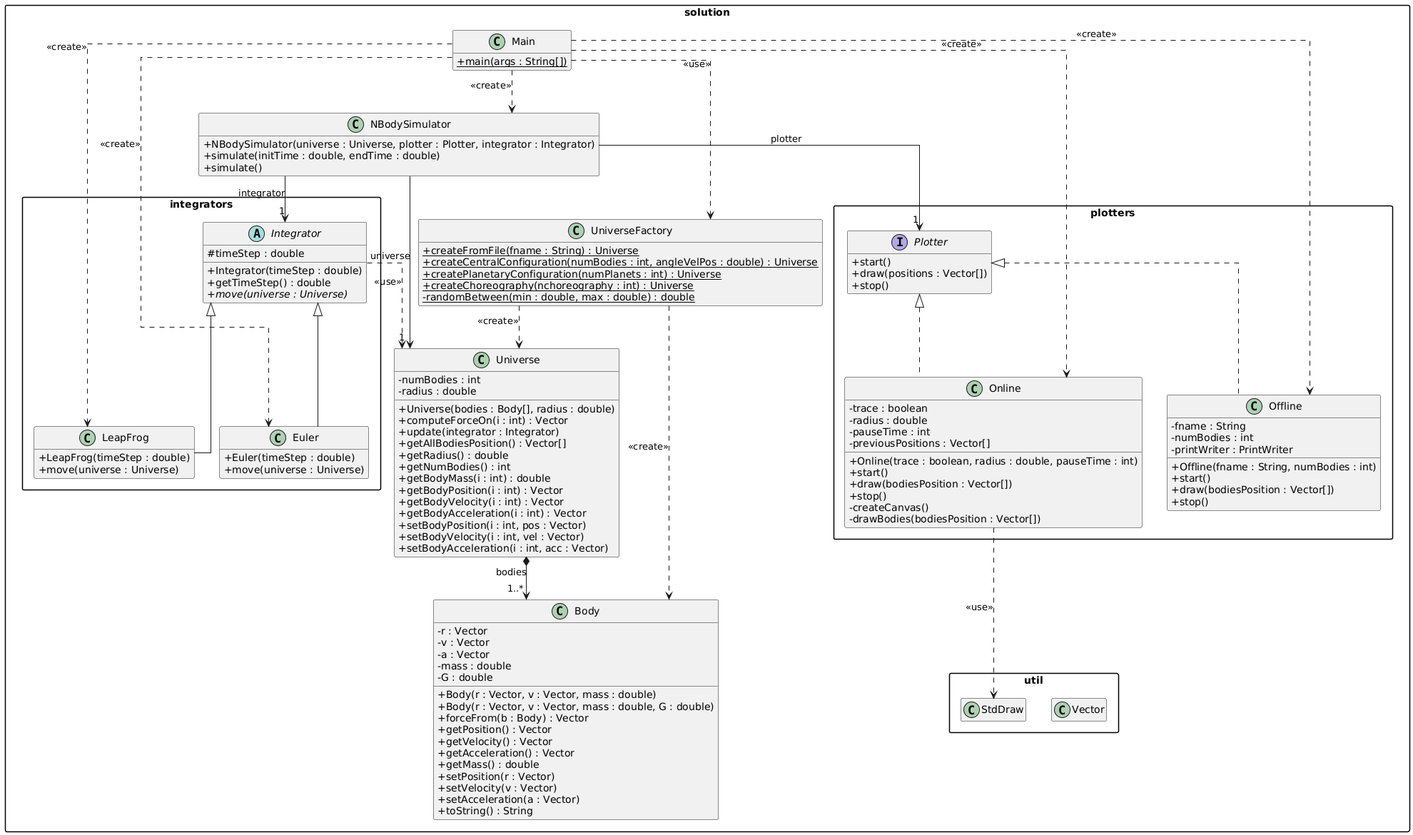
Above: Sessio_1_Entrega2/model.png in marinamceb/PAULDS_Grup24 (PlantUML), before the change.
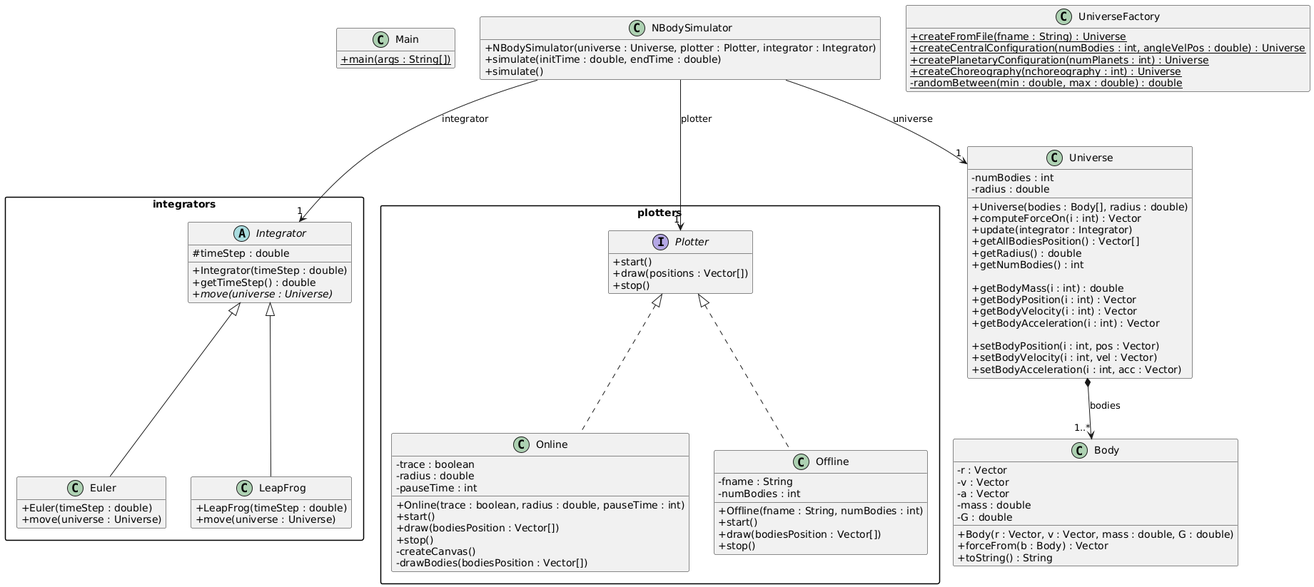
The same diagram one commit later.

Commit message:
UML canviats

What changed in the source:
```diff
@@ -2,121 +2,98 @@
 
 skinparam classAttributeIconSize 0
 skinparam packageStyle rectangle
-skinparam linetype ortho
 hide empty members
 
-package solution {
+class Main {
+  + {static} main(args : String[])
+}
 
-  class Main {
-    + {static} main(args : String[])
+class NBodySimulator {
+  + NBodySimulator(universe : Universe, plotter : Plotter, integrator : Integrator)
+  + simulate(initTime : double, endTime : double)
+  + simulate()
+}
+
+class UniverseFactory {
+  + {static} createFromFile(fname : String) : Universe
+  + {static} createCentralConfiguration(numBodies : int, angleVelPos : double) : Universe
+  + {static} createPlanetaryConfiguration(numPlanets : int) : Universe
+  + {static} createChoreography(nchoreography : int) : Universe
+  - {static} randomBetween(min : double, max : double) : double
+}
+
+class Universe {
+  - numBodies : int
+  - radius : double
+  + Universe(bodies : Body[], radius : double)
+  + computeForceOn(i : int) : Vector
+  + update(integrator : Integrator)
+  + getAllBodiesPosition() : Vector[]
+  + getRadius() : double
+  + getNumBodies() : int
+
+  + getBodyMass(i : int) : double
+  + getBodyPosition(i : int) : Vector
+  + getBodyVelocity(i : int) : Vector
+  + getBodyAcceleration(i : int) : Vector
+
+  + setBodyPosition(i : int, pos : Vector)
+  + setBodyVelocity(i : int, vel : Vector)
+  + setBodyAcceleration(i : int, acc : Vector)
+}
+
+class Body {
+  - r : Vector
+  - v : Vector
+  - a : Vector
+  - mass : double
+  - G : double
+  + Body(r : Vector, v : Vector, mass : double, G : double)
+  + forceFrom(b : Body) : Vector
+  + toString() : String
+}
+
+package integrators {
+  abstract class Integrator {
+    # timeStep : double
+    + Integrator(timeStep : double)
+    + getTimeStep() : double
+    + {abstract} move(universe : Universe)
   }
+  class Euler {
+    + Euler(timeStep : double)
+    + move(universe : Universe)
+  }
+  class LeapFrog {
+    + LeapFrog(timeStep : double)
+    + move(universe : Universe)
+  }
+}
 
-  class NBodySimulator {
-    + NBodySimulator(universe : Universe, plotter : Plotter, integrator : Integrator)
-    + simulate(initTime : double, endTime : double)
-    + simulate()
+package plotters {
+  interface Plotter {
+    + start()
+    + draw(positions : Vector[])
+    + stop()
   }
-
-  class UniverseFactory {
-    + {static} createFromFile(fname : String) : Universe
-    + {static} createCentralConfiguration(numBodies : int, angleVelPos : double) : Universe
-    + {static} createPlanetaryConfiguration(numPlanets : int) : Universe
-    + {static} createChoreography(nchoreography : int) : Universe
-    - {static} randomBetween(min : double, max : double) : double
+  class Online {
+    - trace : boolean
+    - radius : double
+    - pauseTime : int
+    + Online(trace : boolean, radius : double, pauseTime : int)
+    + start()
+    + draw(bodiesPosition : Vector[])
+    + stop()
+    - createCanvas()
+    - drawBodies(bodiesPosition : Vector[])
   }
-
-  class Universe {
+  class Offline {
+    - fname : String
     - numBodies : int
-    - radius : double
-    + Universe(bodies : Body[], radius : double)
-    + computeForceOn(i : int) : Vector
-    + update(integrator : Integrator)
-    + getAllBodiesPosition() : Vector[]
-    + getRadius() : double
-    + getNumBodies() : int
-    + getBodyMass(i : int) : double
-    + getBodyPosition(i : int) : Vector
-    + getBodyVelocity(i : int) : Vector
-    + getBodyAcceleration(i : int) : Vector
-    + setBodyPosition(i : int, pos : Vector)
-    + setBodyVelocity(i : int, vel : Vector)
-    + setBodyAcceleration(i : int, acc : Vector)
-  }
-
-  class Body {
-    - r : Vector
-    - v : Vector
-    - a : Vector
-    - mass : double
-    - G : double
-    + Body(r : Vector, v : Vector, mass : double)
-    + Body(r : Vector, v : Vector, mass : double, G : double)
-    + forceFrom(b : Body) : Vector
-    + getPosition() : Vector
-    + getVelocity() : Vector
-    + getAcceleration() : Vector
-    + getMass() : double
-    + setPosition(r : Vector)
-    + setVelocity(v : Vector)
-    + setAcceleration(a : Vector)
-    + toString() : String
-  }
-
-  package integrators {
-    abstract class Integrator {
-      # timeStep : double
-      + Integrator(timeStep : double)
-      + getTimeStep() : double
-      + {abstract} move(universe : Universe)
-    }
-
-    class Euler {
-      + Euler(timeStep : double)
-      + move(universe : Universe)
-    }
-
-    class LeapFrog {
-      + LeapFrog(timeStep : double)
-      + move(universe : Universe)
-    }
-  }
-
-  package plotters {
-    interface Plotter {
-      + start()
-      + draw(positions : Vector[])
-      + stop()
-    }
-
-    class Online {
-      - trace : boolean
-      - radius : double
-      - pauseTime : int
-      - previousPositions : Vector[]
-      + Online(trace : boolean, radius : double, pauseTime : int)
-      + start()
-      + draw(bodiesPosition : Vector[])
-      + stop()
-      - createCanvas()
-      - drawBodies(bodiesPosition : Vector[])
-    }
-
-    class Offline {
-      - fname : String
-      - numBodies : int
-      - printWriter : PrintWriter
-      + Offline(fname : String, numBodies : int)
-      + start()
-      + draw(bodiesPosition : Vector[])
-      + stop()
-    }
-  }
-
-  package util {
-    class Vector
-    class StdDraw
-    hide Vector members
-    hide StdDraw members
+    + Offline(fname : String, numBodies : int)
+    + start()
+    + draw(bodiesPosition : Vector[])
+    + stop()
   }
 }
 
@@ -130,15 +107,4 @@
 Plotter <|.. Online
 Plotter <|.. Offline
 
-Main ..> UniverseFactory : <<use>>
-Main ..> NBodySimulator : <<create>>
-Main ..> Euler : <<create>>
-Main ..> LeapFrog : <<create>>
-Main ..> Online : <<create>>
-Main ..> Offline : <<create>>
-UniverseFactory ..> Universe : <<create>>
-UniverseFactory ..> Body : <<create>>
-Integrator ..> Universe : <<use>>
-Online ..> StdDraw : <<use>>
-
 @enduml
```
